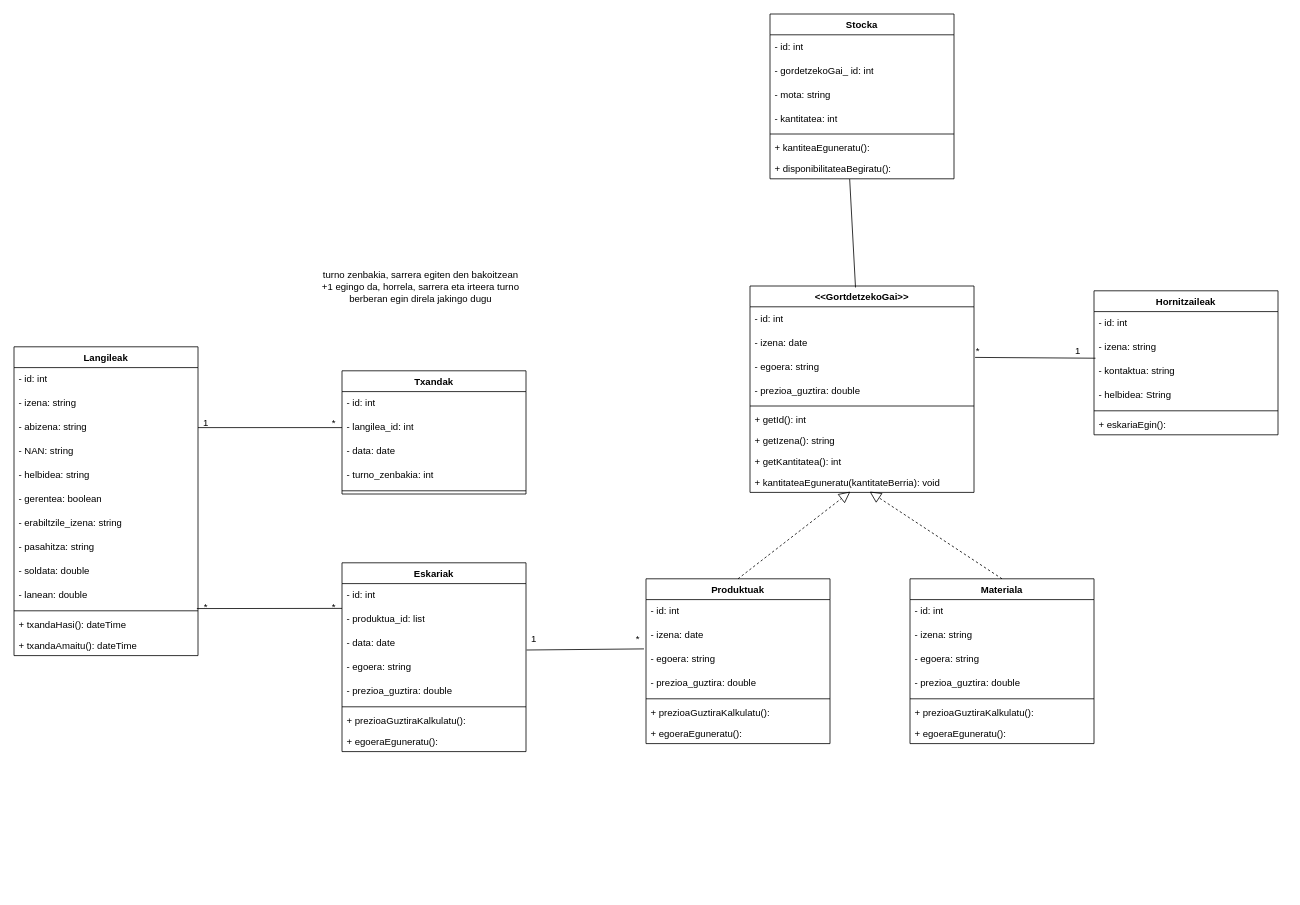
iguisado228/2MG3_1Erronka keeps this draw.io diagram as Diagramak/Gestio_aplikazioa/Gestio aplikazioa klase diagrama.drawio. Above is the earlier version. Source tidied: cells renumbered, new cells numbered last; positions are measured from the earlier drawing's top-left corner, leaving out a move shared by most shapes. Both pictures are drawn from the tidied source at 80%, with x=0, y=0 at pixel (14, 14).
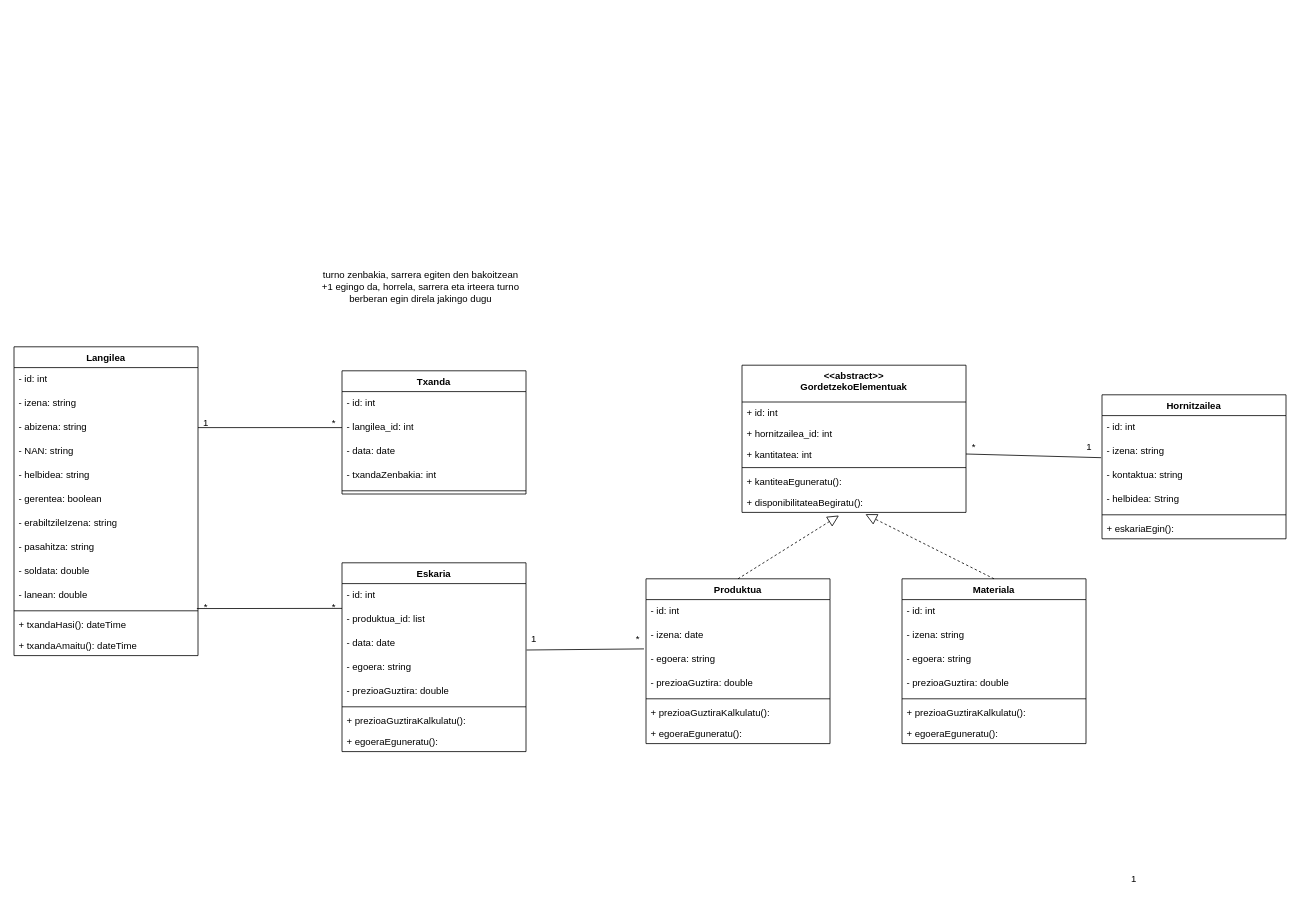
The same page after the edit.

Commit message:
gestio aplikazioko klase diagraman aldaketak

Diff of the diagram source:
```diff
@@
-    <mxCell id="2" value="Langileak" style="swimlane;fontStyle=1;align=center;verticalAlign=top;horizontal=1;startSize=26;whiteSpace=wrap;html=1;" parent="1" vertex="1">
+    <mxCell id="2" value="Langilea" style="swimlane;fontStyle=1;align=center;verticalAlign=top;horizontal=1;startSize=26;whiteSpace=wrap;html=1;" parent="1" vertex="1">
       <mxGeometry y="416" width="230" height="386" as="geometry" />
     </mxCell>
@@
-    <mxCell id="9" value="- erabiltzile_izena: string" style="text;strokeColor=none;fillColor=none;align=left;verticalAlign=middle;spacingLeft=4;spacingRight=4;overflow=hidden;whiteSpace=wrap;html=1;" parent="2" vertex="1">
+    <mxCell id="9" value="- erabiltzileIzena: string" style="text;strokeColor=none;fillColor=none;align=left;verticalAlign=middle;spacingLeft=4;spacingRight=4;overflow=hidden;whiteSpace=wrap;html=1;" parent="2" vertex="1">
       <mxGeometry y="206" width="230" height="30" as="geometry" />
     </mxCell>
@@
-    <mxCell id="16" value="Txandak" style="swimlane;fontStyle=1;align=center;verticalAlign=top;horizontal=1;startSize=26;whiteSpace=wrap;html=1;" parent="1" vertex="1">
+    <mxCell id="16" value="Txanda" style="swimlane;fontStyle=1;align=center;verticalAlign=top;horizontal=1;startSize=26;whiteSpace=wrap;html=1;" parent="1" vertex="1">
       <mxGeometry x="410" y="446" width="230" height="154" as="geometry" />
     </mxCell>
@@
-    <mxCell id="20" value="- turno_zenbakia: int" style="text;strokeColor=none;fillColor=none;align=left;verticalAlign=middle;spacingLeft=4;spacingRight=4;overflow=hidden;whiteSpace=wrap;html=1;" parent="16" vertex="1">
+    <mxCell id="20" value="- txandaZenbakia: int" style="text;strokeColor=none;fillColor=none;align=left;verticalAlign=middle;spacingLeft=4;spacingRight=4;overflow=hidden;whiteSpace=wrap;html=1;" parent="16" vertex="1">
       <mxGeometry y="116" width="230" height="30" as="geometry" />
     </mxCell>
@@
-    <mxCell id="23" value="Stocka" style="swimlane;fontStyle=1;align=center;verticalAlign=top;horizontal=1;startSize=26;whiteSpace=wrap;html=1;" parent="1" vertex="1">
-      <mxGeometry x="945" width="230" height="206" as="geometry" />
-    </mxCell>
-    <mxCell id="24" value="- id: int" style="text;strokeColor=none;fillColor=none;align=left;verticalAlign=middle;spacingLeft=4;spacingRight=4;overflow=hidden;whiteSpace=wrap;html=1;" parent="23" vertex="1">
-      <mxGeometry y="26" width="230" height="30" as="geometry" />
-    </mxCell>
-    <mxCell id="25" value="- gordetzekoGai_ id: int" style="text;strokeColor=none;fillColor=none;align=left;verticalAlign=middle;spacingLeft=4;spacingRight=4;overflow=hidden;whiteSpace=wrap;html=1;" parent="23" vertex="1">
-      <mxGeometry y="56" width="230" height="30" as="geometry" />
-    </mxCell>
-    <mxCell id="26" value="- mota: string" style="text;strokeColor=none;fillColor=none;align=left;verticalAlign=middle;spacingLeft=4;spacingRight=4;overflow=hidden;whiteSpace=wrap;html=1;" parent="23" vertex="1">
-      <mxGeometry y="86" width="230" height="30" as="geometry" />
-    </mxCell>
-    <mxCell id="27" value="- kantitatea: int" style="text;strokeColor=none;fillColor=none;align=left;verticalAlign=middle;spacingLeft=4;spacingRight=4;overflow=hidden;whiteSpace=wrap;html=1;" parent="23" vertex="1">
-      <mxGeometry y="116" width="230" height="30" as="geometry" />
-    </mxCell>
-    <mxCell id="28" style="line;strokeWidth=1;fillColor=none;align=left;verticalAlign=middle;spacingTop=-1;spacingLeft=3;spacingRight=3;labelPosition=right;strokeColor=inherit;" parent="23" vertex="1">
-      <mxGeometry y="146" width="230" height="8" as="geometry" />
-    </mxCell>
-    <mxCell id="29" value="+ kantiteaEguneratu():&amp;nbsp;" style="text;strokeColor=none;fillColor=none;align=left;verticalAlign=top;spacingLeft=4;spacingRight=4;overflow=hidden;whiteSpace=wrap;html=1;" parent="23" vertex="1">
-      <mxGeometry y="154" width="230" height="26" as="geometry" />
-    </mxCell>
-    <mxCell id="30" value="+ disponibilitateaBegiratu():&amp;nbsp;" style="text;strokeColor=none;fillColor=none;align=left;verticalAlign=top;spacingLeft=4;spacingRight=4;overflow=hidden;points=[[0,0.5],[1,0.5]];portConstraint=eastwest;whiteSpace=wrap;html=1;" parent="23" vertex="1">
-      <mxGeometry y="180" width="230" height="26" as="geometry" />
-    </mxCell>
-    <mxCell id="31" value="Hornitzaileak" style="swimlane;fontStyle=1;align=center;verticalAlign=top;horizontal=1;startSize=26;whiteSpace=wrap;html=1;" parent="1" vertex="1">
-      <mxGeometry x="1350" y="346" width="230" height="180" as="geometry" />
-    </mxCell>
-    <mxCell id="32" value="- id: int" style="text;strokeColor=none;fillColor=none;align=left;verticalAlign=middle;spacingLeft=4;spacingRight=4;overflow=hidden;whiteSpace=wrap;html=1;" parent="31" vertex="1">
-      <mxGeometry y="26" width="230" height="30" as="geometry" />
-    </mxCell>
-    <mxCell id="33" value="- izena: string" style="text;strokeColor=none;fillColor=none;align=left;verticalAlign=middle;spacingLeft=4;spacingRight=4;overflow=hidden;points=[[0,0.5],[1,0.5]];portConstraint=eastwest;whiteSpace=wrap;html=1;" parent="31" vertex="1">
-      <mxGeometry y="56" width="230" height="30" as="geometry" />
-    </mxCell>
-    <mxCell id="34" value="- kontaktua: string" style="text;strokeColor=none;fillColor=none;align=left;verticalAlign=middle;spacingLeft=4;spacingRight=4;overflow=hidden;points=[[0,0.5],[1,0.5]];portConstraint=eastwest;whiteSpace=wrap;html=1;" parent="31" vertex="1">
-      <mxGeometry y="86" width="230" height="30" as="geometry" />
-    </mxCell>
-    <mxCell id="35" value="- helbidea: String" style="text;strokeColor=none;fillColor=none;align=left;verticalAlign=middle;spacingLeft=4;spacingRight=4;overflow=hidden;whiteSpace=wrap;html=1;" parent="31" vertex="1">
-      <mxGeometry y="116" width="230" height="30" as="geometry" />
-    </mxCell>
-    <mxCell id="36" style="line;strokeWidth=1;fillColor=none;align=left;verticalAlign=middle;spacingTop=-1;spacingLeft=3;spacingRight=3;labelPosition=right;strokeColor=inherit;" parent="31" vertex="1">
-      <mxGeometry y="146" width="230" height="8" as="geometry" />
-    </mxCell>
-    <mxCell id="37" value="+ eskariaEgin():&amp;nbsp;" style="text;strokeColor=none;fillColor=none;align=left;verticalAlign=top;spacingLeft=4;spacingRight=4;overflow=hidden;whiteSpace=wrap;html=1;" parent="31" vertex="1">
-      <mxGeometry y="154" width="230" height="26" as="geometry" />
-    </mxCell>
-    <mxCell id="38" value="Eskariak" style="swimlane;fontStyle=1;align=center;verticalAlign=top;horizontal=1;startSize=26;whiteSpace=wrap;html=1;" parent="1" vertex="1">
+    <mxCell id="38" value="Eskaria" style="swimlane;fontStyle=1;align=center;verticalAlign=top;horizontal=1;startSize=26;whiteSpace=wrap;html=1;" parent="1" vertex="1">
       <mxGeometry x="410" y="686" width="230" height="236" as="geometry" />
     </mxCell>
@@
-    <mxCell id="43" value="- prezioa_guztira: double" style="text;strokeColor=none;fillColor=none;align=left;verticalAlign=middle;spacingLeft=4;spacingRight=4;overflow=hidden;whiteSpace=wrap;html=1;" parent="38" vertex="1">
+    <mxCell id="43" value="- prezioaGuztira: double" style="text;strokeColor=none;fillColor=none;align=left;verticalAlign=middle;spacingLeft=4;spacingRight=4;overflow=hidden;whiteSpace=wrap;html=1;" parent="38" vertex="1">
       <mxGeometry y="146" width="230" height="30" as="geometry" />
     </mxCell>
@@
-    <mxCell id="53" value="Produktuak" style="swimlane;fontStyle=1;align=center;verticalAlign=top;horizontal=1;startSize=26;whiteSpace=wrap;html=1;" parent="1" vertex="1">
+    <mxCell id="53" value="Produktua" style="swimlane;fontStyle=1;align=center;verticalAlign=top;horizontal=1;startSize=26;whiteSpace=wrap;html=1;" parent="1" vertex="1">
       <mxGeometry x="790" y="706" width="230" height="206" as="geometry" />
     </mxCell>
@@
-    <mxCell id="57" value="- prezioa_guztira: double" style="text;strokeColor=none;fillColor=none;align=left;verticalAlign=middle;spacingLeft=4;spacingRight=4;overflow=hidden;whiteSpace=wrap;html=1;" parent="53" vertex="1">
+    <mxCell id="57" value="- prezioaGuztira: double" style="text;strokeColor=none;fillColor=none;align=left;verticalAlign=middle;spacingLeft=4;spacingRight=4;overflow=hidden;whiteSpace=wrap;html=1;" parent="53" vertex="1">
       <mxGeometry y="116" width="230" height="30" as="geometry" />
     </mxCell>
@@
-    <mxCell id="61" value="&amp;lt;&amp;lt;GortdetzekoGai&amp;gt;&amp;gt;" style="swimlane;fontStyle=1;align=center;verticalAlign=top;horizontal=1;startSize=26;whiteSpace=wrap;html=1;" parent="1" vertex="1">
-      <mxGeometry x="920" y="340" width="280" height="258" as="geometry" />
+    <mxCell id="61" value="&amp;lt;&amp;lt;abstract&amp;gt;&amp;gt;&lt;br&gt;GordetzekoElementuak" style="swimlane;fontStyle=1;align=center;verticalAlign=top;horizontal=1;startSize=46;whiteSpace=wrap;html=1;" parent="1" vertex="1">
+      <mxGeometry x="910" y="439" width="280" height="184" as="geometry" />
     </mxCell>
-    <mxCell id="62" value="- id: int" style="text;strokeColor=none;fillColor=none;align=left;verticalAlign=middle;spacingLeft=4;spacingRight=4;overflow=hidden;whiteSpace=wrap;html=1;" parent="61" vertex="1">
-      <mxGeometry y="26" width="280" height="30" as="geometry" />
-    </mxCell>
-    <mxCell id="63" value="- izena: date" style="text;strokeColor=none;fillColor=none;align=left;verticalAlign=middle;spacingLeft=4;spacingRight=4;overflow=hidden;whiteSpace=wrap;html=1;" parent="61" vertex="1">
-      <mxGeometry y="56" width="280" height="30" as="geometry" />
-    </mxCell>
-    <mxCell id="64" value="- egoera: string" style="text;strokeColor=none;fillColor=none;align=left;verticalAlign=middle;spacingLeft=4;spacingRight=4;overflow=hidden;points=[[0,0.5],[1,0.5]];portConstraint=eastwest;whiteSpace=wrap;html=1;" parent="61" vertex="1">
-      <mxGeometry y="86" width="280" height="30" as="geometry" />
-    </mxCell>
-    <mxCell id="65" value="- prezioa_guztira: double" style="text;strokeColor=none;fillColor=none;align=left;verticalAlign=middle;spacingLeft=4;spacingRight=4;overflow=hidden;whiteSpace=wrap;html=1;" parent="61" vertex="1">
-      <mxGeometry y="116" width="280" height="30" as="geometry" />
-    </mxCell>
+    <mxCell id="88" value="+ id: int&amp;nbsp;" style="text;strokeColor=none;fillColor=none;align=left;verticalAlign=top;spacingLeft=4;spacingRight=4;overflow=hidden;whiteSpace=wrap;html=1;" parent="61" vertex="1">
+      <mxGeometry y="46" width="280" height="26" as="geometry" />
+    </mxCell>
+    <mxCell id="89" value="+ hornitzailea_id: int&amp;nbsp;" style="text;strokeColor=none;fillColor=none;align=left;verticalAlign=top;spacingLeft=4;spacingRight=4;overflow=hidden;whiteSpace=wrap;html=1;" parent="61" vertex="1">
+      <mxGeometry y="72" width="280" height="26" as="geometry" />
+    </mxCell>
+    <mxCell id="90" value="+ kantitatea: int&amp;nbsp;" style="text;strokeColor=none;fillColor=none;align=left;verticalAlign=top;spacingLeft=4;spacingRight=4;overflow=hidden;points=[[0,0.5],[1,0.5]];portConstraint=eastwest;whiteSpace=wrap;html=1;" parent="61" vertex="1">
+      <mxGeometry y="98" width="280" height="26" as="geometry" />
+    </mxCell>
     <mxCell id="66" style="line;strokeWidth=1;fillColor=none;align=left;verticalAlign=middle;spacingTop=-1;spacingLeft=3;spacingRight=3;labelPosition=right;strokeColor=inherit;" parent="61" vertex="1">
-      <mxGeometry y="146" width="280" height="8" as="geometry" />
+      <mxGeometry y="124" width="280" height="8" as="geometry" />
     </mxCell>
-    <mxCell id="67" value="+ getId(): int&amp;nbsp;" style="text;strokeColor=none;fillColor=none;align=left;verticalAlign=top;spacingLeft=4;spacingRight=4;overflow=hidden;whiteSpace=wrap;html=1;" parent="61" vertex="1">
-      <mxGeometry y="154" width="280" height="26" as="geometry" />
-    </mxCell>
-    <mxCell id="68" value="+ getIzena(): string" style="text;strokeColor=none;fillColor=none;align=left;verticalAlign=top;spacingLeft=4;spacingRight=4;overflow=hidden;whiteSpace=wrap;html=1;" parent="61" vertex="1">
-      <mxGeometry y="180" width="280" height="26" as="geometry" />
-    </mxCell>
-    <mxCell id="69" value="+ getKantitatea(): int&amp;nbsp;" style="text;strokeColor=none;fillColor=none;align=left;verticalAlign=top;spacingLeft=4;spacingRight=4;overflow=hidden;whiteSpace=wrap;html=1;" parent="61" vertex="1">
-      <mxGeometry y="206" width="280" height="26" as="geometry" />
-    </mxCell>
-    <mxCell id="70" value="+ kantitateaEguneratu(kantitateBerria): void&amp;nbsp;" style="text;strokeColor=none;fillColor=none;align=left;verticalAlign=top;spacingLeft=4;spacingRight=4;overflow=hidden;points=[[0,0.5],[1,0.5]];portConstraint=eastwest;whiteSpace=wrap;html=1;" parent="61" vertex="1">
-      <mxGeometry y="232" width="280" height="26" as="geometry" />
-    </mxCell>
+    <mxCell id="29" value="+ kantiteaEguneratu():&amp;nbsp;" style="text;strokeColor=none;fillColor=none;align=left;verticalAlign=top;spacingLeft=4;spacingRight=4;overflow=hidden;whiteSpace=wrap;html=1;" parent="61" vertex="1">
+      <mxGeometry y="132" width="280" height="26" as="geometry" />
+    </mxCell>
+    <mxCell id="30" value="+ disponibilitateaBegiratu():&amp;nbsp;" style="text;strokeColor=none;fillColor=none;align=left;verticalAlign=top;spacingLeft=4;spacingRight=4;overflow=hidden;points=[[0,0.5],[1,0.5]];portConstraint=eastwest;whiteSpace=wrap;html=1;" parent="61" vertex="1">
+      <mxGeometry y="158" width="280" height="26" as="geometry" />
+    </mxCell>
     <mxCell id="71" value="Materiala" style="swimlane;fontStyle=1;align=center;verticalAlign=top;horizontal=1;startSize=26;whiteSpace=wrap;html=1;" parent="1" vertex="1">
-      <mxGeometry x="1120" y="706" width="230" height="206" as="geometry" />
+      <mxGeometry x="1110" y="706" width="230" height="206" as="geometry" />
     </mxCell>
@@
-    <mxCell id="75" value="- prezioa_guztira: double" style="text;strokeColor=none;fillColor=none;align=left;verticalAlign=middle;spacingLeft=4;spacingRight=4;overflow=hidden;whiteSpace=wrap;html=1;" parent="71" vertex="1">
+    <mxCell id="75" value="- prezioaGuztira: double" style="text;strokeColor=none;fillColor=none;align=left;verticalAlign=middle;spacingLeft=4;spacingRight=4;overflow=hidden;whiteSpace=wrap;html=1;" parent="71" vertex="1">
       <mxGeometry y="116" width="230" height="30" as="geometry" />
     </mxCell>
@@
-    <mxCell id="79" style="endArrow=block;dashed=1;endFill=0;endSize=12;html=1;rounded=0;exitX=0.5;exitY=0;exitDx=0;exitDy=0;entryX=0.448;entryY=0.962;entryDx=0;entryDy=0;entryPerimeter=0;" parent="1" edge="1" source="53" target="70">
-      <mxGeometry relative="1" as="geometry" />
-    </mxCell>
-    <mxCell id="80" style="endArrow=block;dashed=1;endFill=0;endSize=12;html=1;rounded=0;exitX=0.5;exitY=0;exitDx=0;exitDy=0;entryX=0.534;entryY=0.962;entryDx=0;entryDy=0;entryPerimeter=0;" parent="1" edge="1" source="71" target="70">
+    <mxCell id="80" style="endArrow=block;dashed=1;endFill=0;endSize=12;html=1;rounded=0;exitX=0.5;exitY=0;exitDx=0;exitDy=0;entryX=0.551;entryY=1.085;entryDx=0;entryDy=0;entryPerimeter=0;" parent="1" edge="1" source="71" target="30">
       <mxGeometry relative="1" as="geometry" />
     </mxCell>
-    <mxCell id="81" style="endArrow=none;html=1;rounded=0;exitX=1.005;exitY=0.109;exitDx=0;exitDy=0;exitPerimeter=0;entryX=0.008;entryY=-0.058;entryDx=0;entryDy=0;entryPerimeter=0;" parent="1" edge="1" source="64" target="34">
-      <mxGeometry relative="1" as="geometry" />
-    </mxCell>
-    <mxCell id="82" style="endArrow=none;html=1;rounded=0;exitX=0.471;exitY=0.007;exitDx=0;exitDy=0;exitPerimeter=0;entryX=0.433;entryY=1.013;entryDx=0;entryDy=0;entryPerimeter=0;" parent="1" edge="1" source="61" target="30">
-      <mxGeometry relative="1" as="geometry" />
-    </mxCell>
     <mxCell id="83" value="1" style="text;html=1;whiteSpace=wrap;strokeColor=none;fillColor=none;align=center;verticalAlign=middle;rounded=0;" parent="1" vertex="1">
-      <mxGeometry x="1300" y="406" width="60" height="30" as="geometry" />
+      <mxGeometry x="1370" y="1066" width="60" height="30" as="geometry" />
     </mxCell>
-    <mxCell id="84" value="*" style="text;html=1;whiteSpace=wrap;strokeColor=none;fillColor=none;align=center;verticalAlign=middle;rounded=0;" parent="1" vertex="1">
-      <mxGeometry x="1175" y="406" width="60" height="30" as="geometry" />
-    </mxCell>
@@
+    <mxCell id="91" value="Hornitzailea" style="swimlane;fontStyle=1;align=center;verticalAlign=top;horizontal=1;startSize=26;whiteSpace=wrap;html=1;" parent="1" vertex="1">
+      <mxGeometry x="1360" y="476" width="230" height="180" as="geometry" />
+    </mxCell>
+    <mxCell id="92" value="- id: int" style="text;strokeColor=none;fillColor=none;align=left;verticalAlign=middle;spacingLeft=4;spacingRight=4;overflow=hidden;whiteSpace=wrap;html=1;" parent="91" vertex="1">
+      <mxGeometry y="26" width="230" height="30" as="geometry" />
+    </mxCell>
+    <mxCell id="33" value="- izena: string" style="text;strokeColor=none;fillColor=none;align=left;verticalAlign=middle;spacingLeft=4;spacingRight=4;overflow=hidden;points=[[0,0.5],[1,0.5]];portConstraint=eastwest;whiteSpace=wrap;html=1;" parent="91" vertex="1">
+      <mxGeometry y="56" width="230" height="30" as="geometry" />
+    </mxCell>
+    <mxCell id="34" value="- kontaktua: string" style="text;strokeColor=none;fillColor=none;align=left;verticalAlign=middle;spacingLeft=4;spacingRight=4;overflow=hidden;points=[[0,0.5],[1,0.5]];portConstraint=eastwest;whiteSpace=wrap;html=1;" parent="91" vertex="1">
+      <mxGeometry y="86" width="230" height="30" as="geometry" />
+    </mxCell>
+    <mxCell id="35" value="- helbidea: String" style="text;strokeColor=none;fillColor=none;align=left;verticalAlign=middle;spacingLeft=4;spacingRight=4;overflow=hidden;whiteSpace=wrap;html=1;" parent="91" vertex="1">
+      <mxGeometry y="116" width="230" height="30" as="geometry" />
+    </mxCell>
+    <mxCell id="93" style="line;strokeWidth=1;fillColor=none;align=left;verticalAlign=middle;spacingTop=-1;spacingLeft=3;spacingRight=3;labelPosition=right;strokeColor=inherit;" parent="91" vertex="1">
+      <mxGeometry y="146" width="230" height="8" as="geometry" />
+    </mxCell>
+    <mxCell id="37" value="+ eskariaEgin():&amp;nbsp;" style="text;strokeColor=none;fillColor=none;align=left;verticalAlign=top;spacingLeft=4;spacingRight=4;overflow=hidden;whiteSpace=wrap;html=1;" parent="91" vertex="1">
+      <mxGeometry y="154" width="230" height="26" as="geometry" />
+    </mxCell>
+    <mxCell id="94" style="endArrow=none;html=1;rounded=0;entryX=-0.005;entryY=0.753;entryDx=0;entryDy=0;exitX=1;exitY=0.5;exitDx=0;exitDy=0;entryPerimeter=0;" parent="1" edge="1" source="90" target="33">
+      <mxGeometry relative="1" as="geometry" />
+    </mxCell>
+    <mxCell id="95" style="endArrow=block;dashed=1;endFill=0;endSize=12;html=1;rounded=0;entryX=0.433;entryY=1.15;entryDx=0;entryDy=0;entryPerimeter=0;exitX=0.5;exitY=0;exitDx=0;exitDy=0;" parent="1" edge="1" source="53" target="30">
+      <mxGeometry relative="1" as="geometry" />
+    </mxCell>
+    <mxCell id="96" value="1" style="text;html=1;whiteSpace=wrap;strokeColor=none;fillColor=none;align=center;verticalAlign=middle;rounded=0;" parent="1" vertex="1">
+      <mxGeometry x="1314" y="526" width="60" height="30" as="geometry" />
+    </mxCell>
+    <mxCell id="84" value="*" style="text;html=1;whiteSpace=wrap;strokeColor=none;fillColor=none;align=center;verticalAlign=middle;rounded=0;" parent="1" vertex="1">
+      <mxGeometry x="1170" y="526" width="60" height="30" as="geometry" />
+    </mxCell>
```
